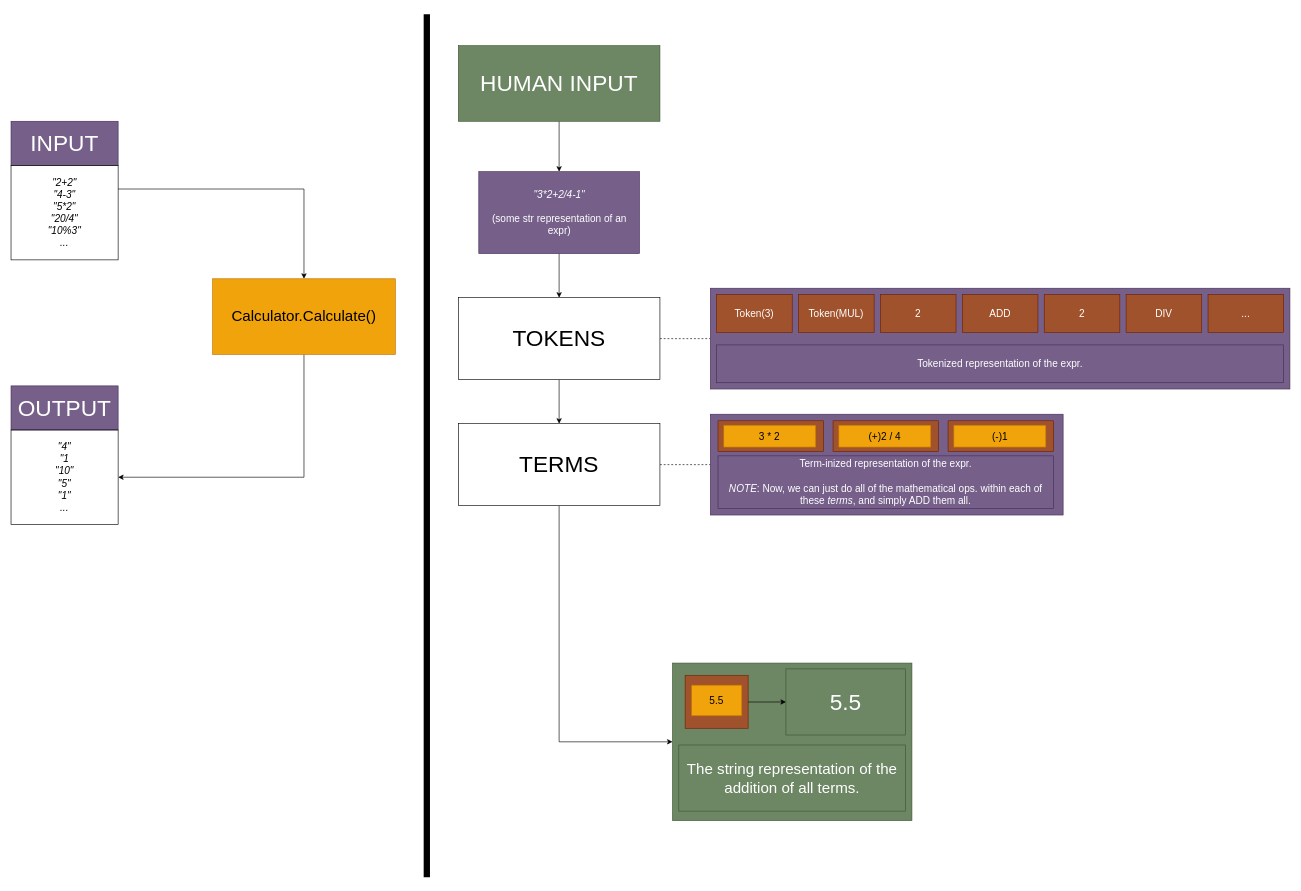
recommendestimator/Calculator-CLI keeps this draw.io diagram as page "Surface-Level" (1 of 3) of Calculator Brainstorming.drawio. Above is the earlier version. Source tidied: cells renumbered, new cells numbered last; positions are measured from the earlier drawing's top-left corner, leaving out a move shared by most shapes. Both pictures are drawn from the tidied source at 63%, with x=0, y=0 at pixel (11, 14).
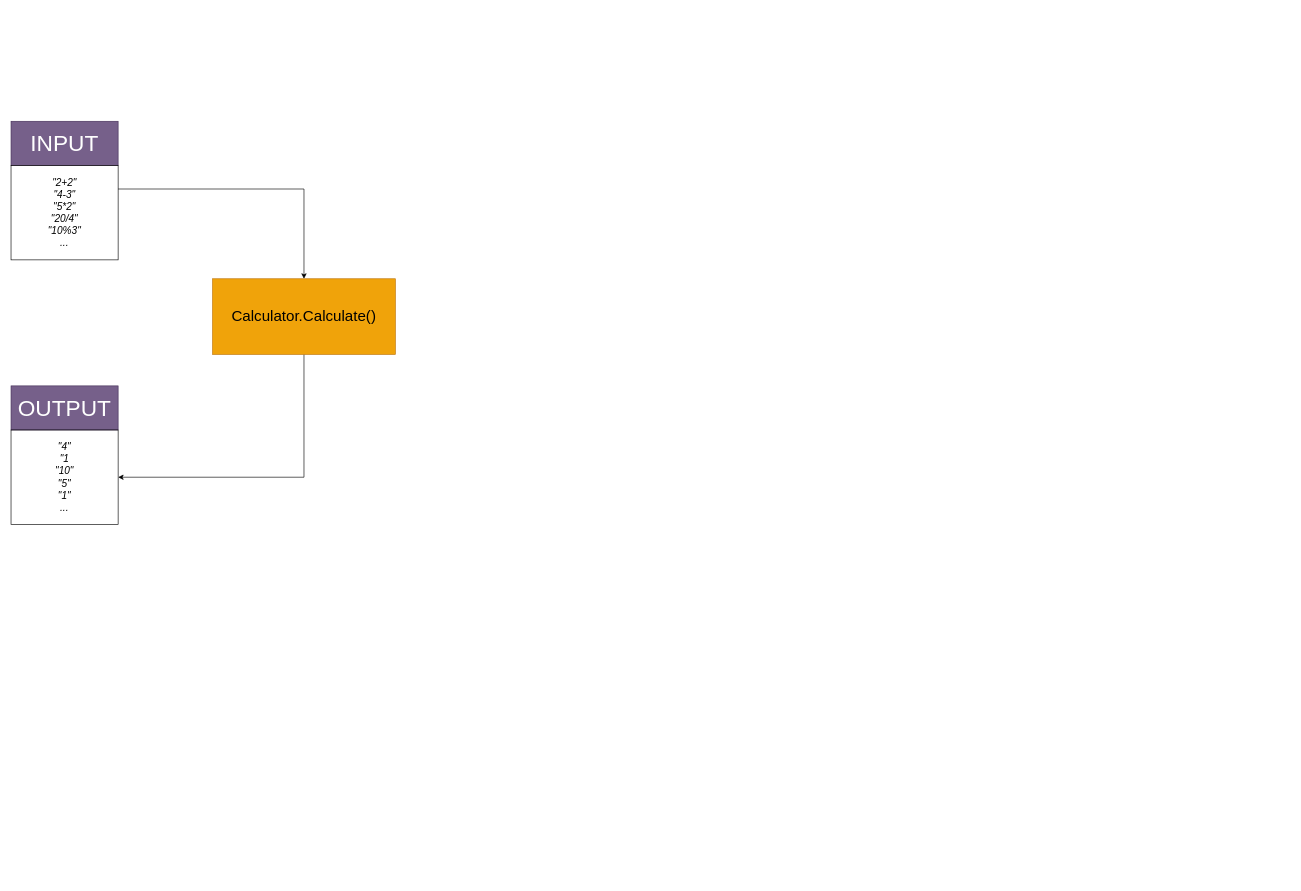
The same diagram, later.

Change to the diagram source:
```diff
@@
-    <mxCell id="11" style="endArrow=none;html=1;rounded=0;strokeWidth=10;" parent="1" edge="1">
-      <mxGeometry relative="1" as="geometry">
-        <mxPoint x="660" y="1370" as="sourcePoint" />
-        <mxPoint x="660" as="targetPoint" />
-      </mxGeometry>
-    </mxCell>
-    <mxCell id="12" style="group;" parent="1" vertex="1">
-      <mxGeometry x="710" y="50" width="1320" height="1230" as="geometry" />
-    </mxCell>
-    <mxCell id="13" style="edgeStyle=orthogonalEdgeStyle;rounded=0;jettySize=auto;html=1;entryX=0.5;entryY=0;entryDx=0;entryDy=0;" parent="12" edge="1" source="14" target="16">
-      <mxGeometry relative="1" as="geometry" />
-    </mxCell>
-    <mxCell id="14" value="&lt;font style=&quot;font-size: 36px;&quot;&gt;HUMAN INPUT&lt;/font&gt;" style="rounded=0;whiteSpace=wrap;html=1;fillColor=#6d8764;fontColor=#ffffff;strokeColor=#3A5431;" parent="12" vertex="1">
-      <mxGeometry width="320" height="120" as="geometry" />
-    </mxCell>
-    <mxCell id="15" style="edgeStyle=orthogonalEdgeStyle;rounded=0;jettySize=auto;html=1;entryX=0.5;entryY=0;entryDx=0;entryDy=0;" parent="12" edge="1" source="16" target="19">
-      <mxGeometry relative="1" as="geometry" />
-    </mxCell>
-    <mxCell id="16" value="&lt;font style=&quot;font-size: 16px;&quot;&gt;&lt;i&gt;&quot;3*2+2/4-1&quot;&lt;/i&gt;&lt;/font&gt;&lt;div&gt;&lt;font style=&quot;font-size: 16px;&quot;&gt;&lt;br&gt;&lt;/font&gt;&lt;/div&gt;&lt;div&gt;&lt;font style=&quot;font-size: 16px;&quot;&gt;(some str representation of an expr)&lt;/font&gt;&lt;/div&gt;" style="rounded=0;whiteSpace=wrap;html=1;fillColor=#76608a;fontColor=#ffffff;strokeColor=#432D57;" parent="12" vertex="1">
-      <mxGeometry x="32.5" y="200" width="255" height="130" as="geometry" />
-    </mxCell>
-    <mxCell id="17" style="edgeStyle=orthogonalEdgeStyle;rounded=0;jettySize=auto;html=1;dashed=1;endArrow=none;endFill=0;" parent="12" edge="1" source="19" target="21">
-      <mxGeometry relative="1" as="geometry" />
-    </mxCell>
-    <mxCell id="18" style="edgeStyle=orthogonalEdgeStyle;rounded=0;jettySize=auto;html=1;entryX=0.5;entryY=0;entryDx=0;entryDy=0;" parent="12" edge="1" source="19" target="32">
-      <mxGeometry relative="1" as="geometry" />
-    </mxCell>
-    <mxCell id="19" value="&lt;font style=&quot;font-size: 36px;&quot;&gt;TOKENS&lt;/font&gt;" style="rounded=0;whiteSpace=wrap;html=1;" parent="12" vertex="1">
-      <mxGeometry y="400" width="320" height="130" as="geometry" />
-    </mxCell>
-    <mxCell id="20" style="group;" parent="12" vertex="1">
-      <mxGeometry x="400" y="385" width="920" height="160" as="geometry" />
-    </mxCell>
-    <mxCell id="21" style="rounded=0;whiteSpace=wrap;html=1;fillColor=#76608a;fontColor=#ffffff;strokeColor=#432D57;" parent="20" vertex="1">
-      <mxGeometry width="920" height="160" as="geometry" />
-    </mxCell>
-    <mxCell id="22" value="&lt;span style=&quot;font-size: 16px;&quot;&gt;Token(3)&lt;/span&gt;" style="rounded=0;whiteSpace=wrap;html=1;fillColor=#a0522d;fontColor=#ffffff;strokeColor=#6D1F00;" parent="20" vertex="1">
-      <mxGeometry x="10" y="10" width="120" height="60" as="geometry" />
-    </mxCell>
-    <mxCell id="23" value="&lt;font style=&quot;font-size: 16px;&quot;&gt;Token(MUL)&lt;/font&gt;" style="rounded=0;whiteSpace=wrap;html=1;fillColor=#a0522d;fontColor=#ffffff;strokeColor=#6D1F00;" parent="20" vertex="1">
-      <mxGeometry x="140" y="10" width="120" height="60" as="geometry" />
-    </mxCell>
-    <mxCell id="24" value="&lt;font style=&quot;font-size: 16px;&quot;&gt;2&lt;/font&gt;" style="rounded=0;whiteSpace=wrap;html=1;fillColor=#a0522d;fontColor=#ffffff;strokeColor=#6D1F00;" parent="20" vertex="1">
-      <mxGeometry x="270" y="10" width="120" height="60" as="geometry" />
-    </mxCell>
-    <mxCell id="25" value="&lt;font style=&quot;font-size: 16px;&quot;&gt;ADD&lt;/font&gt;" style="rounded=0;whiteSpace=wrap;html=1;fillColor=#a0522d;fontColor=#ffffff;strokeColor=#6D1F00;" parent="20" vertex="1">
-      <mxGeometry x="400" y="10" width="120" height="60" as="geometry" />
-    </mxCell>
-    <mxCell id="26" value="&lt;font style=&quot;font-size: 16px;&quot;&gt;2&lt;/font&gt;" style="rounded=0;whiteSpace=wrap;html=1;fillColor=#a0522d;fontColor=#ffffff;strokeColor=#6D1F00;" parent="20" vertex="1">
-      <mxGeometry x="530" y="10" width="120" height="60" as="geometry" />
-    </mxCell>
-    <mxCell id="27" value="&lt;font style=&quot;font-size: 16px;&quot;&gt;DIV&lt;/font&gt;" style="rounded=0;whiteSpace=wrap;html=1;fillColor=#a0522d;fontColor=#ffffff;strokeColor=#6D1F00;" parent="20" vertex="1">
-      <mxGeometry x="660" y="10" width="120" height="60" as="geometry" />
-    </mxCell>
-    <mxCell id="28" value="&lt;font style=&quot;font-size: 16px;&quot;&gt;...&lt;/font&gt;" style="rounded=0;whiteSpace=wrap;html=1;fillColor=#a0522d;fontColor=#ffffff;strokeColor=#6D1F00;" parent="20" vertex="1">
-      <mxGeometry x="790" y="10" width="120" height="60" as="geometry" />
-    </mxCell>
-    <mxCell id="29" value="&lt;font style=&quot;font-size: 16px;&quot;&gt;Tokenized representation of the expr.&lt;/font&gt;" style="rounded=0;whiteSpace=wrap;html=1;fillColor=#76608a;fontColor=#ffffff;strokeColor=#432D57;" parent="20" vertex="1">
-      <mxGeometry x="10" y="90" width="900" height="60" as="geometry" />
-    </mxCell>
-    <mxCell id="30" style="edgeStyle=orthogonalEdgeStyle;rounded=0;jettySize=auto;html=1;entryX=0;entryY=0.5;entryDx=0;entryDy=0;dashed=1;endArrow=none;endFill=0;" parent="12" edge="1" source="32" target="35">
-      <mxGeometry relative="1" as="geometry" />
-    </mxCell>
-    <mxCell id="31" style="edgeStyle=orthogonalEdgeStyle;rounded=0;jettySize=auto;html=1;entryX=0;entryY=0.5;entryDx=0;entryDy=0;" parent="12" edge="1" source="32" target="47">
-      <mxGeometry relative="1" as="geometry">
-        <Array as="points">
-          <mxPoint x="160" y="1105" />
-        </Array>
-      </mxGeometry>
-    </mxCell>
-    <mxCell id="32" value="&lt;font style=&quot;font-size: 36px;&quot;&gt;TERMS&lt;/font&gt;" style="rounded=0;whiteSpace=wrap;html=1;" parent="12" vertex="1">
-      <mxGeometry y="600" width="320" height="130" as="geometry" />
-    </mxCell>
-    <mxCell id="33" style="group;" parent="12" vertex="1">
-      <mxGeometry x="400" y="585" width="560" height="160" as="geometry" />
-    </mxCell>
-    <mxCell id="34" style="group;" parent="33" vertex="1">
-      <mxGeometry width="560" height="160" as="geometry" />
-    </mxCell>
-    <mxCell id="35" style="rounded=0;whiteSpace=wrap;html=1;fillColor=#76608a;fontColor=#ffffff;strokeColor=#432D57;" parent="34" vertex="1">
-      <mxGeometry width="560" height="160" as="geometry" />
-    </mxCell>
-    <mxCell id="36" style="group;" parent="34" vertex="1">
-      <mxGeometry x="12.2" y="10.4" width="167.4" height="48.7" as="geometry" />
-    </mxCell>
-    <mxCell id="37" style="rounded=0;whiteSpace=wrap;html=1;fillColor=#a0522d;fontColor=#ffffff;strokeColor=#6D1F00;" parent="36" vertex="1">
-      <mxGeometry width="167.4" height="48.7" as="geometry" />
-    </mxCell>
-    <mxCell id="38" value="&lt;font style=&quot;font-size: 16px;&quot;&gt;3 * 2&lt;/font&gt;" style="rounded=0;whiteSpace=wrap;html=1;fillColor=#f0a30a;fontColor=#000000;strokeColor=#BD7000;" parent="36" vertex="1">
-      <mxGeometry x="9.1" y="7" width="146.1" height="34.8" as="geometry" />
-    </mxCell>
-    <mxCell id="39" style="group;" parent="34" vertex="1">
-      <mxGeometry x="194.8" y="10.4" width="167.4" height="48.7" as="geometry" />
-    </mxCell>
-    <mxCell id="40" style="rounded=0;whiteSpace=wrap;html=1;fillColor=#a0522d;fontColor=#ffffff;strokeColor=#6D1F00;" parent="39" vertex="1">
-      <mxGeometry width="167.4" height="48.7" as="geometry" />
-    </mxCell>
-    <mxCell id="41" value="&lt;span style=&quot;font-size: 16px;&quot;&gt;(+)2 / 4&lt;/span&gt;" style="rounded=0;whiteSpace=wrap;html=1;fillColor=#f0a30a;fontColor=#000000;strokeColor=#BD7000;" parent="39" vertex="1">
-      <mxGeometry x="9.1" y="7" width="146.1" height="34.8" as="geometry" />
-    </mxCell>
-    <mxCell id="42" style="group;" parent="34" vertex="1">
-      <mxGeometry x="377.4" y="10.4" width="167.4" height="48.7" as="geometry" />
-    </mxCell>
-    <mxCell id="43" style="rounded=0;whiteSpace=wrap;html=1;fillColor=#a0522d;fontColor=#ffffff;strokeColor=#6D1F00;" parent="42" vertex="1">
-      <mxGeometry width="167.4" height="48.7" as="geometry" />
-    </mxCell>
-    <mxCell id="44" value="&lt;span style=&quot;font-size: 16px;&quot;&gt;(-)1&lt;/span&gt;" style="rounded=0;whiteSpace=wrap;html=1;fillColor=#f0a30a;fontColor=#000000;strokeColor=#BD7000;" parent="42" vertex="1">
-      <mxGeometry x="9.1" y="7" width="146.1" height="34.8" as="geometry" />
-    </mxCell>
-    <mxCell id="45" value="&lt;font style=&quot;font-size: 16px;&quot;&gt;Term-inized representation of the expr.&lt;/font&gt;&lt;div&gt;&lt;font style=&quot;font-size: 16px;&quot;&gt;&lt;br&gt;&lt;/font&gt;&lt;/div&gt;&lt;div&gt;&lt;font style=&quot;font-size: 16px;&quot;&gt;&lt;i&gt;NOTE&lt;/i&gt;: Now, we can just do all of the mathematical ops. within each of these &lt;i&gt;terms&lt;/i&gt;, and simply ADD them all.&lt;/font&gt;&lt;/div&gt;" style="rounded=0;whiteSpace=wrap;html=1;fillColor=#76608a;fontColor=#ffffff;strokeColor=#432D57;" parent="34" vertex="1">
-      <mxGeometry x="12.2" y="66.1" width="532.6" height="83.5" as="geometry" />
-    </mxCell>
-    <mxCell id="46" style="group;" parent="12" vertex="1">
-      <mxGeometry x="340" y="980" width="380" height="250" as="geometry" />
-    </mxCell>
-    <mxCell id="47" style="rounded=0;whiteSpace=wrap;html=1;fillColor=#6d8764;fontColor=#ffffff;strokeColor=#3A5431;" parent="46" vertex="1">
-      <mxGeometry width="380" height="250" as="geometry" />
-    </mxCell>
-    <mxCell id="48" style="group;" parent="46" vertex="1">
-      <mxGeometry x="20" y="20" width="100" height="83.5" as="geometry" />
-    </mxCell>
-    <mxCell id="49" style="rounded=0;whiteSpace=wrap;html=1;fillColor=#a0522d;fontColor=#ffffff;strokeColor=#6D1F00;" parent="48" vertex="1">
-      <mxGeometry width="100" height="83.5" as="geometry" />
-    </mxCell>
-    <mxCell id="50" value="&lt;font style=&quot;font-size: 16px;&quot;&gt;5.5&lt;/font&gt;" style="rounded=0;whiteSpace=wrap;html=1;fillColor=#f0a30a;fontColor=#000000;strokeColor=#BD7000;" parent="48" vertex="1">
-      <mxGeometry x="10" y="15" width="80" height="48.7" as="geometry" />
-    </mxCell>
-    <mxCell id="51" value="&lt;font style=&quot;font-size: 36px;&quot;&gt;5.5&lt;/font&gt;" style="rounded=0;whiteSpace=wrap;html=1;fillColor=#6d8764;fontColor=#ffffff;strokeColor=#3A5431;" parent="46" vertex="1">
-      <mxGeometry x="180" y="9.2" width="190" height="105" as="geometry" />
-    </mxCell>
-    <mxCell id="52" style="edgeStyle=orthogonalEdgeStyle;rounded=0;jettySize=auto;html=1;" parent="46" edge="1" source="49" target="51">
-      <mxGeometry relative="1" as="geometry" />
-    </mxCell>
-    <mxCell id="53" value="&lt;font style=&quot;font-size: 24px;&quot;&gt;The string representation of the addition of all terms.&lt;/font&gt;" style="rounded=0;whiteSpace=wrap;html=1;fillColor=#6d8764;fontColor=#ffffff;strokeColor=#3A5431;" parent="46" vertex="1">
-      <mxGeometry x="10" y="130" width="360" height="105" as="geometry" />
-    </mxCell>
```
